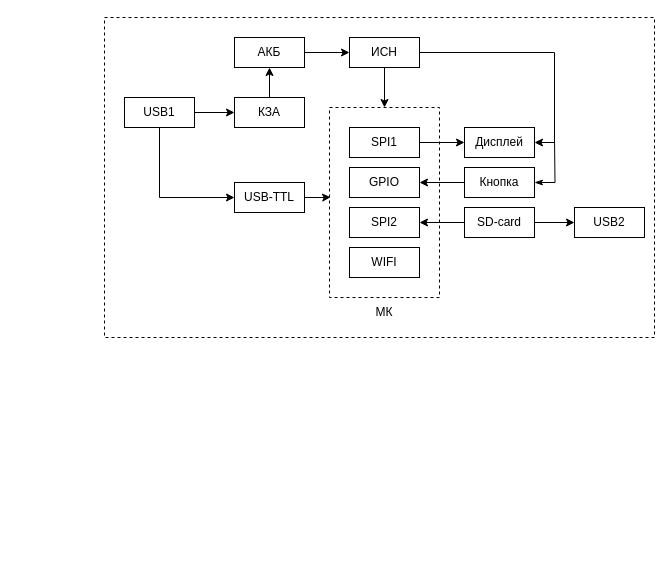
This is e1_diplom.drawio from Mrw0lf14/diplom, a draw.io file, before an edit. Source tidied: cells renumbered, new cells numbered last; positions are measured from the earlier drawing's top-left corner, leaving out a move shared by most shapes. Both pictures are drawn from the tidied source at 100%, with x=0, y=0 at pixel (104, 17).
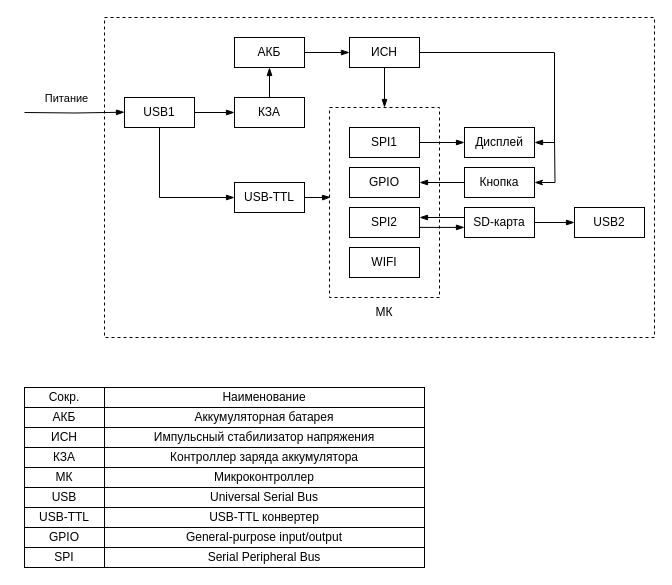
Above is the later version.

The change refers to these unchanged cells:
```xml
<mxCell id="3" style="rounded=0;whiteSpace=wrap;html=1;dashed=1;" parent="1" vertex="1">
  <mxGeometry x="225" y="90" width="110" height="190" as="geometry" />
</mxCell>
<mxCell id="5" value="SPI1" style="rounded=0;whiteSpace=wrap;html=1;" parent="1" vertex="1">
  <mxGeometry x="245" y="110" width="70" height="30" as="geometry" />
</mxCell>
<mxCell id="6" value="GPIO" style="rounded=0;whiteSpace=wrap;html=1;" parent="1" vertex="1">
  <mxGeometry x="245" y="150" width="70" height="30" as="geometry" />
</mxCell>
<mxCell id="7" value="Дисплей" style="rounded=0;whiteSpace=wrap;html=1;" parent="1" vertex="1">
  <mxGeometry x="360" y="110" width="70" height="30" as="geometry" />
</mxCell>
<mxCell id="11" value="ИСН" style="rounded=0;whiteSpace=wrap;html=1;" parent="1" vertex="1">
  <mxGeometry x="245" y="20" width="70" height="30" as="geometry" />
</mxCell>
<mxCell id="14" value="Кнопка" style="rounded=0;whiteSpace=wrap;html=1;" parent="1" vertex="1">
  <mxGeometry x="360" y="150" width="70" height="30" as="geometry" />
</mxCell>
<mxCell id="16" value="КЗА" style="rounded=0;whiteSpace=wrap;html=1;" parent="1" vertex="1">
  <mxGeometry x="130" y="80" width="70" height="30" as="geometry" />
</mxCell>
<mxCell id="18" value="АКБ" style="rounded=0;whiteSpace=wrap;html=1;" parent="1" vertex="1">
  <mxGeometry x="130" y="20" width="70" height="30" as="geometry" />
</mxCell>
<mxCell id="19" value="SPI2" style="rounded=0;whiteSpace=wrap;html=1;" parent="1" vertex="1">
  <mxGeometry x="245" y="190" width="70" height="30" as="geometry" />
</mxCell>
<mxCell id="22" value="USB1" style="rounded=0;whiteSpace=wrap;html=1;" parent="1" vertex="1">
  <mxGeometry x="20" y="80" width="70" height="30" as="geometry" />
</mxCell>
<mxCell id="23" value="USB-TTL" style="rounded=0;whiteSpace=wrap;html=1;" parent="1" vertex="1">
  <mxGeometry x="130" y="165" width="70" height="30" as="geometry" />
</mxCell>
<mxCell id="28" value="USB2" style="rounded=0;whiteSpace=wrap;html=1;" parent="1" vertex="1">
  <mxGeometry x="470" y="190" width="70" height="30" as="geometry" />
</mxCell>
```

What changed in the source:
```diff
@@
-    <mxCell id="4" style="edgeStyle=orthogonalEdgeStyle;rounded=0;jettySize=auto;html=1;" parent="1" edge="1" source="5" target="7">
+    <mxCell id="4" style="edgeStyle=orthogonalEdgeStyle;rounded=0;jettySize=auto;html=1;endArrow=blockThin;endFill=1;" parent="1" edge="1" source="5" target="7">
       <mxGeometry relative="1" as="geometry" />
     </mxCell>
@@
-    <mxCell id="9" style="edgeStyle=orthogonalEdgeStyle;rounded=0;jettySize=auto;html=1;entryX=0.5;entryY=0;entryDx=0;entryDy=0;" parent="1" edge="1" source="11" target="3">
+    <mxCell id="9" style="edgeStyle=orthogonalEdgeStyle;rounded=0;jettySize=auto;html=1;entryX=0.5;entryY=0;entryDx=0;entryDy=0;endArrow=blockThin;endFill=1;" parent="1" edge="1" source="11" target="3">
       <mxGeometry relative="1" as="geometry" />
     </mxCell>
-    <mxCell id="10" style="edgeStyle=orthogonalEdgeStyle;rounded=0;jettySize=auto;html=1;entryX=1;entryY=0.5;entryDx=0;entryDy=0;" parent="1" edge="1" source="11" target="7">
+    <mxCell id="10" style="edgeStyle=orthogonalEdgeStyle;rounded=0;jettySize=auto;html=1;entryX=1;entryY=0.5;entryDx=0;entryDy=0;endArrow=blockThin;endFill=1;" parent="1" edge="1" source="11" target="7">
       <mxGeometry relative="1" as="geometry" />
     </mxCell>
@@
-    <mxCell id="12" style="edgeStyle=orthogonalEdgeStyle;rounded=0;jettySize=auto;html=1;entryX=1;entryY=0.5;entryDx=0;entryDy=0;" parent="1" edge="1" source="14" target="6">
+    <mxCell id="12" style="edgeStyle=orthogonalEdgeStyle;rounded=0;jettySize=auto;html=1;entryX=1;entryY=0.5;entryDx=0;entryDy=0;endArrow=blockThin;endFill=1;" parent="1" edge="1" source="14" target="6">
       <mxGeometry relative="1" as="geometry" />
     </mxCell>
@@
-    <mxCell id="15" style="edgeStyle=orthogonalEdgeStyle;rounded=0;jettySize=auto;html=1;entryX=0.5;entryY=1;entryDx=0;entryDy=0;" parent="1" edge="1" source="16" target="18">
+    <mxCell id="15" style="edgeStyle=orthogonalEdgeStyle;rounded=0;jettySize=auto;html=1;entryX=0.5;entryY=1;entryDx=0;entryDy=0;endArrow=blockThin;endFill=1;" parent="1" edge="1" source="16" target="18">
       <mxGeometry relative="1" as="geometry" />
     </mxCell>
@@
-    <mxCell id="17" style="edgeStyle=orthogonalEdgeStyle;rounded=0;jettySize=auto;html=1;entryX=0;entryY=0.5;entryDx=0;entryDy=0;" parent="1" edge="1" source="18" target="11">
+    <mxCell id="17" style="edgeStyle=orthogonalEdgeStyle;rounded=0;jettySize=auto;html=1;entryX=0;entryY=0.5;entryDx=0;entryDy=0;endArrow=blockThin;endFill=1;" parent="1" edge="1" source="18" target="11">
       <mxGeometry relative="1" as="geometry" />
     </mxCell>
@@
-    <mxCell id="20" style="edgeStyle=orthogonalEdgeStyle;rounded=0;jettySize=auto;html=1;entryX=0;entryY=0.5;entryDx=0;entryDy=0;" parent="1" edge="1" source="22" target="16">
+    <mxCell id="20" style="edgeStyle=orthogonalEdgeStyle;rounded=0;jettySize=auto;html=1;entryX=0;entryY=0.5;entryDx=0;entryDy=0;endArrow=blockThin;endFill=1;" parent="1" edge="1" source="22" target="16">
       <mxGeometry relative="1" as="geometry" />
     </mxCell>
-    <mxCell id="21" style="edgeStyle=orthogonalEdgeStyle;rounded=0;jettySize=auto;html=1;entryX=0;entryY=0.5;entryDx=0;entryDy=0;" parent="1" edge="1" source="22" target="23">
+    <mxCell id="21" style="edgeStyle=orthogonalEdgeStyle;rounded=0;jettySize=auto;html=1;entryX=0;entryY=0.5;entryDx=0;entryDy=0;endArrow=blockThin;endFill=1;" parent="1" edge="1" source="22" target="23">
       <mxGeometry relative="1" as="geometry">
         <Array as="points">
           <mxPoint x="55" y="180" />
         </Array>
       </mxGeometry>
     </mxCell>
@@
-    <mxCell id="24" style="edgeStyle=orthogonalEdgeStyle;rounded=0;jettySize=auto;html=1;entryX=0.01;entryY=0.472;entryDx=0;entryDy=0;entryPerimeter=0;" parent="1" edge="1" source="23" target="3">
+    <mxCell id="24" style="edgeStyle=orthogonalEdgeStyle;rounded=0;jettySize=auto;html=1;entryX=0.01;entryY=0.472;entryDx=0;entryDy=0;entryPerimeter=0;endArrow=blockThin;endFill=1;" parent="1" edge="1" source="23" target="3">
       <mxGeometry relative="1" as="geometry" />
     </mxCell>
-    <mxCell id="25" style="edgeStyle=orthogonalEdgeStyle;rounded=0;jettySize=auto;html=1;entryX=1;entryY=0.5;entryDx=0;entryDy=0;" parent="1" edge="1" source="27" target="19">
-      <mxGeometry relative="1" as="geometry" />
+    <mxCell id="25" style="edgeStyle=orthogonalEdgeStyle;rounded=0;orthogonalLoop=1;jettySize=auto;html=1;entryX=1;entryY=0.5;entryDx=0;entryDy=0;endArrow=blockThin;endFill=1;" parent="1" edge="1">
+      <mxGeometry relative="1" as="geometry">
+        <mxPoint x="360" y="200" as="sourcePoint" />
+        <mxPoint x="315" y="200" as="targetPoint" />
+      </mxGeometry>
     </mxCell>
-    <mxCell id="26" style="edgeStyle=orthogonalEdgeStyle;rounded=0;jettySize=auto;html=1;entryX=0;entryY=0.5;entryDx=0;entryDy=0;" parent="1" edge="1" source="27" target="28">
+    <mxCell id="26" style="edgeStyle=orthogonalEdgeStyle;rounded=0;jettySize=auto;html=1;entryX=0;entryY=0.5;entryDx=0;entryDy=0;endArrow=blockThin;endFill=1;" parent="1" edge="1" source="27" target="28">
       <mxGeometry relative="1" as="geometry" />
     </mxCell>
-    <mxCell id="27" value="SD-card" style="rounded=0;whiteSpace=wrap;html=1;" parent="1" vertex="1">
+    <mxCell id="27" value="SD-карта" style="rounded=0;whiteSpace=wrap;html=1;" parent="1" vertex="1">
       <mxGeometry x="360" y="190" width="70" height="30" as="geometry" />
     </mxCell>
@@
+    <mxCell id="30" value="Сокр." style="rounded=0;whiteSpace=wrap;html=1;" parent="1" vertex="1">
+      <mxGeometry x="-80" y="370" width="80" height="20" as="geometry" />
+    </mxCell>
+    <mxCell id="31" value="Наименование" style="rounded=0;whiteSpace=wrap;html=1;" parent="1" vertex="1">
+      <mxGeometry y="370" width="320" height="20" as="geometry" />
+    </mxCell>
+    <mxCell id="32" value="МК" style="rounded=0;whiteSpace=wrap;html=1;" parent="1" vertex="1">
+      <mxGeometry x="-80" y="450" width="80" height="20" as="geometry" />
+    </mxCell>
+    <mxCell id="33" value="Микроконтроллер" style="rounded=0;whiteSpace=wrap;html=1;" parent="1" vertex="1">
+      <mxGeometry y="450" width="320" height="20" as="geometry" />
+    </mxCell>
+    <mxCell id="34" value="КЗА" style="rounded=0;whiteSpace=wrap;html=1;" parent="1" vertex="1">
+      <mxGeometry x="-80" y="430" width="80" height="20" as="geometry" />
+    </mxCell>
+    <mxCell id="35" value="Контроллер заряда аккумулятора" style="rounded=0;whiteSpace=wrap;html=1;" parent="1" vertex="1">
+      <mxGeometry y="430" width="320" height="20" as="geometry" />
+    </mxCell>
+    <mxCell id="36" value="АКБ" style="rounded=0;whiteSpace=wrap;html=1;" parent="1" vertex="1">
+      <mxGeometry x="-80" y="390" width="80" height="20" as="geometry" />
+    </mxCell>
+    <mxCell id="37" value="Аккумуляторная батарея" style="rounded=0;whiteSpace=wrap;html=1;" parent="1" vertex="1">
+      <mxGeometry y="390" width="320" height="20" as="geometry" />
+    </mxCell>
+    <mxCell id="38" value="ИСН" style="rounded=0;whiteSpace=wrap;html=1;" parent="1" vertex="1">
+      <mxGeometry x="-80" y="410" width="80" height="20" as="geometry" />
+    </mxCell>
+    <mxCell id="39" value="Импульсный стабилизатор напряжения" style="rounded=0;whiteSpace=wrap;html=1;" parent="1" vertex="1">
+      <mxGeometry y="410" width="320" height="20" as="geometry" />
+    </mxCell>
+    <mxCell id="40" style="edgeStyle=orthogonalEdgeStyle;rounded=0;orthogonalLoop=1;jettySize=auto;html=1;entryX=1;entryY=0.5;entryDx=0;entryDy=0;endArrow=none;endFill=0;startArrow=blockThin;startFill=1;" parent="1" edge="1">
+      <mxGeometry relative="1" as="geometry">
+        <mxPoint x="360" y="209.9" as="sourcePoint" />
+        <mxPoint x="315" y="209.9" as="targetPoint" />
+      </mxGeometry>
+    </mxCell>
+    <mxCell id="41" value="USB" style="rounded=0;whiteSpace=wrap;html=1;" parent="1" vertex="1">
+      <mxGeometry x="-80" y="470" width="80" height="20" as="geometry" />
+    </mxCell>
+    <mxCell id="42" value="Universal Serial Bus" style="rounded=0;whiteSpace=wrap;html=1;" parent="1" vertex="1">
+      <mxGeometry y="470" width="320" height="20" as="geometry" />
+    </mxCell>
+    <mxCell id="43" value="USB-TTL" style="rounded=0;whiteSpace=wrap;html=1;" parent="1" vertex="1">
+      <mxGeometry x="-80" y="490" width="80" height="20" as="geometry" />
+    </mxCell>
+    <mxCell id="44" value="USB-TTL конвертер" style="rounded=0;whiteSpace=wrap;html=1;" parent="1" vertex="1">
+      <mxGeometry y="490" width="320" height="20" as="geometry" />
+    </mxCell>
+    <mxCell id="45" value="GPIO" style="rounded=0;whiteSpace=wrap;html=1;" parent="1" vertex="1">
+      <mxGeometry x="-80" y="510" width="80" height="20" as="geometry" />
+    </mxCell>
+    <mxCell id="46" value="General-purpose input/output" style="rounded=0;whiteSpace=wrap;html=1;" parent="1" vertex="1">
+      <mxGeometry y="510" width="320" height="20" as="geometry" />
+    </mxCell>
+    <mxCell id="47" value="SPI" style="rounded=0;whiteSpace=wrap;html=1;" parent="1" vertex="1">
+      <mxGeometry x="-80" y="530" width="80" height="20" as="geometry" />
+    </mxCell>
+    <mxCell id="48" value="Serial Peripheral Bus" style="rounded=0;whiteSpace=wrap;html=1;" parent="1" vertex="1">
+      <mxGeometry y="530" width="320" height="20" as="geometry" />
+    </mxCell>
+    <mxCell id="49" style="edgeStyle=orthogonalEdgeStyle;rounded=0;orthogonalLoop=1;jettySize=auto;html=1;entryX=0;entryY=0.5;entryDx=0;entryDy=0;endArrow=blockThin;endFill=1;" parent="1" edge="1">
+      <mxGeometry relative="1" as="geometry">
+        <mxPoint x="-80" y="95" as="sourcePoint" />
+        <mxPoint x="20" y="94.7" as="targetPoint" />
+      </mxGeometry>
+    </mxCell>
+    <mxCell id="50" value="Питание" style="edgeLabel;html=1;align=center;verticalAlign=middle;" parent="49" vertex="1">
+      <mxGeometry x="-0.23" y="2" relative="1" as="geometry">
+        <mxPoint x="2" y="-13" as="offset" />
+      </mxGeometry>
+    </mxCell>
```
